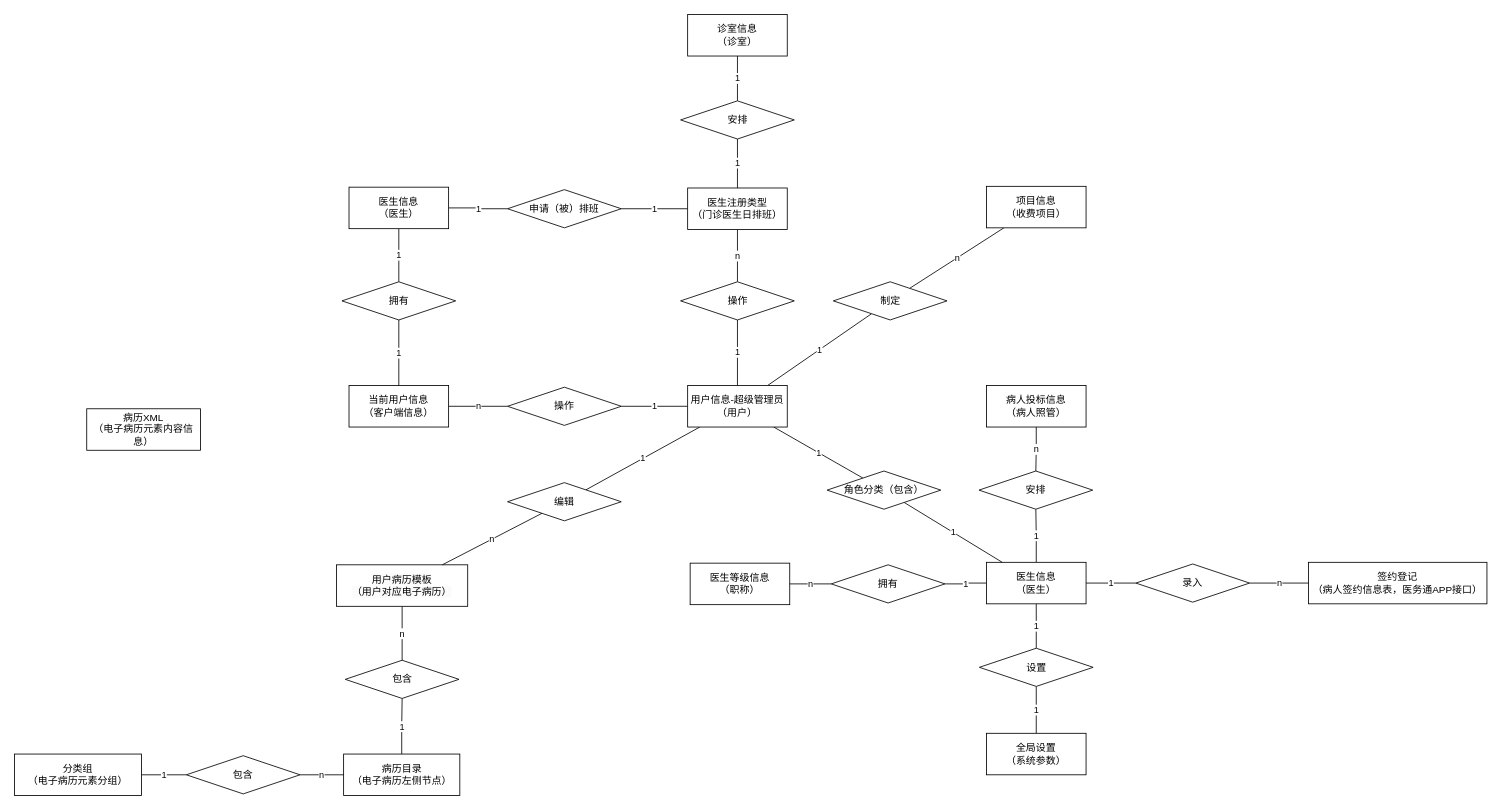
Earlier version of the draw.io diagram ER病人端.drawio (uonono/ioDraw). Source tidied: cells renumbered, new cells numbered last; positions are measured from the earlier drawing's top-left corner, leaving out a move shared by most shapes. Both pictures are drawn from the tidied source at 83%, with x=0, y=0 at pixel (14, 14).
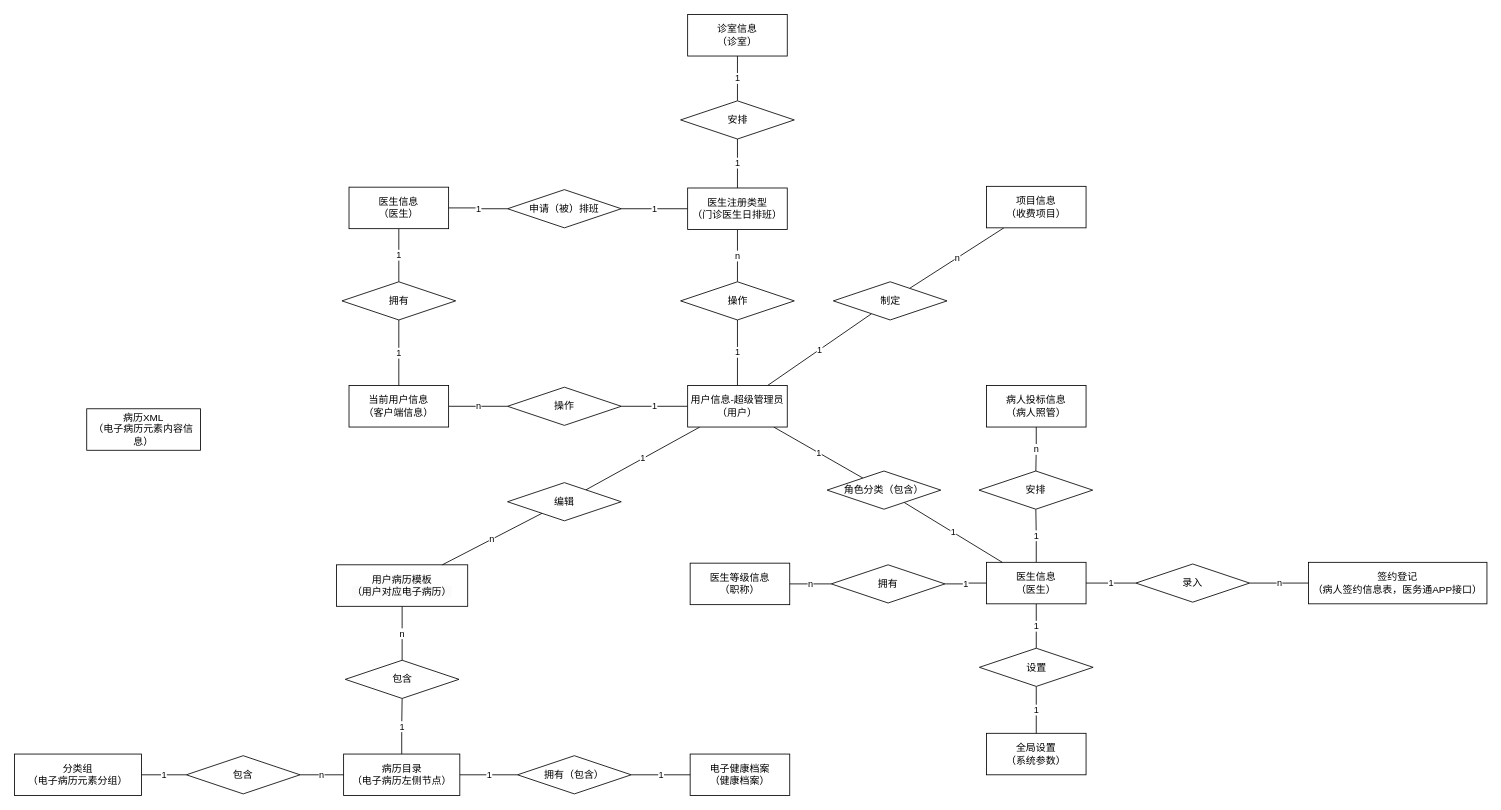
The same diagram, later.

Commit message (it also covers changes not shown here):
更新ER病人端.drawio

The change refers to these unchanged cells:
```xml
<mxCell id="52" value="病历目录&lt;div&gt;（电子病历左侧节点）&lt;/div&gt;" style="rounded=0;whiteSpace=wrap;html=1;" parent="1" vertex="1">
  <mxGeometry x="396.5" y="891" width="140" height="50" as="geometry" />
</mxCell>
```

The edit, as a diff of the source:
```diff
@@
+    <mxCell id="59" value="1" style="edgeStyle=orthogonalEdgeStyle;rounded=0;jettySize=auto;html=1;endArrow=none;endFill=0;" parent="1" edge="1" source="52" target="62">
+      <mxGeometry relative="1" as="geometry" />
+    </mxCell>
@@
+    <mxCell id="60" value="电子健康档案&lt;div&gt;（健康档案）&lt;/div&gt;" style="rounded=0;whiteSpace=wrap;html=1;" parent="1" vertex="1">
+      <mxGeometry x="814" y="891" width="120" height="50" as="geometry" />
+    </mxCell>
+    <mxCell id="61" value="1" style="edgeStyle=orthogonalEdgeStyle;rounded=0;jettySize=auto;html=1;endArrow=none;endFill=0;" parent="1" edge="1" source="62" target="60">
+      <mxGeometry relative="1" as="geometry" />
+    </mxCell>
+    <mxCell id="62" value="拥有（包含）" style="rhombus;whiteSpace=wrap;html=1;" parent="1" vertex="1">
+      <mxGeometry x="606" y="893" width="137" height="46" as="geometry" />
+    </mxCell>
```
